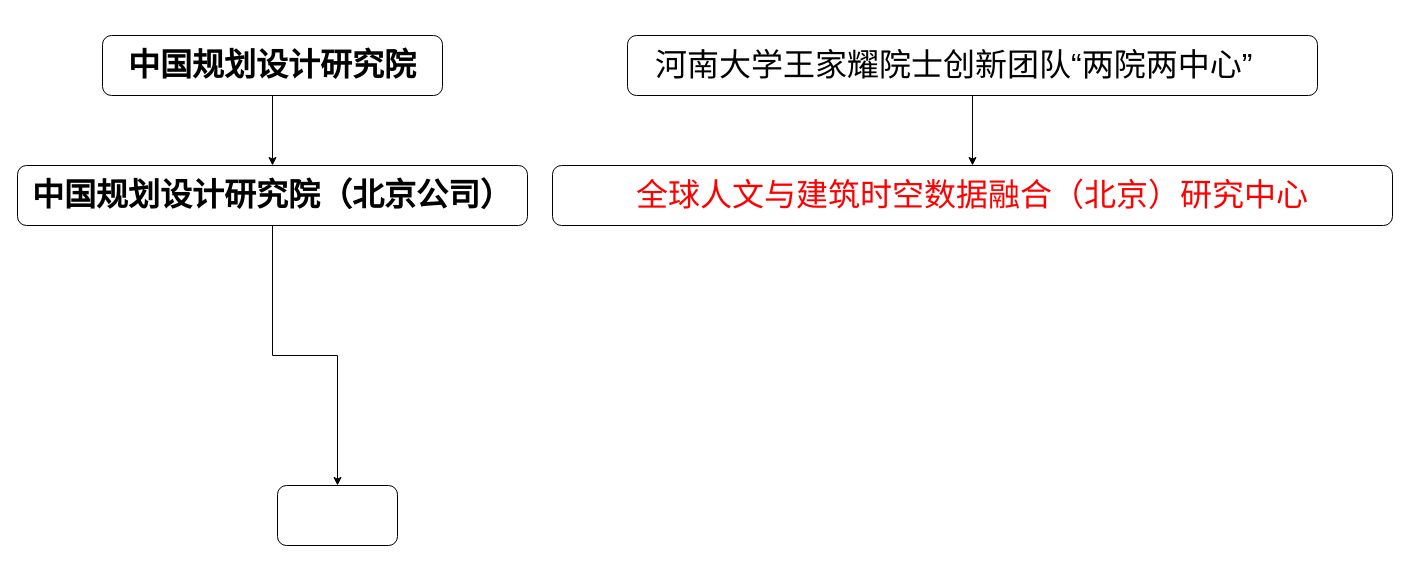
Above: 团队组织架构.drawio in gaochaowyq/MinderGraph (draw.io), before the change. Source tidied: cells renumbered, new cells numbered last; positions are measured from the earlier drawing's top-left corner, leaving out a move shared by most shapes. Both pictures are drawn from the tidied source at 100%, with x=0, y=0 at pixel (17, 35).
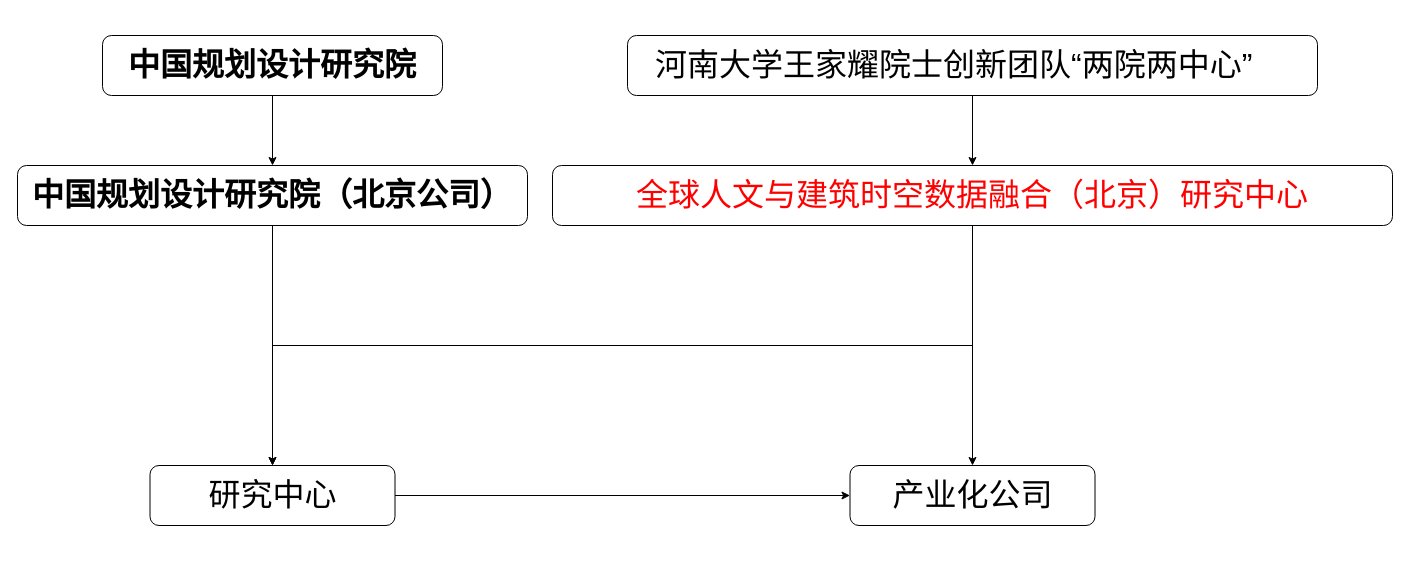
The same diagram, later.

Commit message (it also covers changes not shown here):
更新团队组织架构.drawio

What changed in the source:
```diff
@@
 <mxGraphModel>
   <root>
     <mxCell id="0" />
     <mxCell id="1" parent="0" />
     <mxCell id="2" style="edgeStyle=orthogonalEdgeStyle;rounded=0;jettySize=auto;html=1;" parent="1" edge="1" source="3" target="4">
       <mxGeometry relative="1" as="geometry" />
     </mxCell>
     <mxCell id="3" value="&lt;br/&gt;&lt;br/&gt;&lt;div style=&quot;language:zh-CN;margin-top:0pt;margin-bottom:0pt;&lt;br/&gt;margin-left:.38in;text-indent:-.38in&quot; class=&quot;O0&quot;&gt;&lt;span style=&quot;font-size:24.0pt&quot;&gt;&lt;/span&gt;&lt;span style=&quot;font-size:24.0pt;&lt;br/&gt;font-family:仿宋;mso-ascii-font-family:仿宋;mso-fareast-font-family:仿宋;language:&lt;br/&gt;zh-CN&quot;&gt;河南大学王家耀院士创新团队“两院两中心”&lt;/span&gt;&lt;/div&gt;&lt;br/&gt;&lt;br/&gt;" style="rounded=1;whiteSpace=wrap;html=1;" parent="1" vertex="1">
       <mxGeometry x="610" width="690" height="60" as="geometry" />
     </mxCell>
+    <mxCell id="10" style="edgeStyle=orthogonalEdgeStyle;rounded=0;jettySize=auto;html=1;exitX=0.5;exitY=1;exitDx=0;exitDy=0;" parent="1" edge="1" source="4" target="9">
+      <mxGeometry relative="1" as="geometry" />
+    </mxCell>
+    <mxCell id="11" style="edgeStyle=orthogonalEdgeStyle;rounded=0;jettySize=auto;html=1;" parent="1" edge="1" source="4" target="13">
+      <mxGeometry relative="1" as="geometry" />
+    </mxCell>
     <mxCell id="4" value="&lt;div&gt;&lt;font style=&quot;font-size: 32px;&quot;&gt;&lt;span style=&quot;color: red;&quot;&gt;全球人文与建筑时空数据融合（北京）研究中心&lt;/span&gt;&lt;/font&gt;&lt;/div&gt;" style="rounded=1;whiteSpace=wrap;html=1;" parent="1" vertex="1">
       <mxGeometry x="535" y="130" width="840" height="60" as="geometry" />
     </mxCell>
     <mxCell id="5" style="edgeStyle=orthogonalEdgeStyle;rounded=0;jettySize=auto;html=1;" parent="1" edge="1" source="6" target="8">
       <mxGeometry relative="1" as="geometry" />
     </mxCell>
     <mxCell id="6" value="&lt;font style=&quot;font-size: 32px;&quot;&gt;&lt;b&gt;中国规划设计研究院&lt;/b&gt;&lt;/font&gt;" style="rounded=1;whiteSpace=wrap;html=1;" parent="1" vertex="1">
       <mxGeometry x="85" width="340" height="60" as="geometry" />
     </mxCell>
     <mxCell id="7" style="edgeStyle=orthogonalEdgeStyle;rounded=0;jettySize=auto;html=1;" parent="1" edge="1" source="8" target="9">
       <mxGeometry relative="1" as="geometry" />
     </mxCell>
     <mxCell id="8" value="&lt;font style=&quot;font-size: 32px;&quot;&gt;&lt;b&gt;中国规划设计研究院（北京公司）&lt;/b&gt;&lt;/font&gt;" style="rounded=1;whiteSpace=wrap;html=1;" parent="1" vertex="1">
       <mxGeometry y="130" width="510" height="60" as="geometry" />
     </mxCell>
+    <mxCell id="12" style="edgeStyle=orthogonalEdgeStyle;rounded=0;jettySize=auto;html=1;" parent="1" edge="1" source="9" target="13">
+      <mxGeometry relative="1" as="geometry" />
+    </mxCell>
-    <mxCell id="9" style="rounded=1;whiteSpace=wrap;html=1;" parent="1" vertex="1">
-      <mxGeometry x="260" y="450" width="120" height="60" as="geometry" />
+    <mxCell id="9" value="&lt;font style=&quot;font-size: 32px;&quot;&gt;研究中心&lt;/font&gt;" style="rounded=1;whiteSpace=wrap;html=1;" parent="1" vertex="1">
+      <mxGeometry x="132.5" y="430" width="245" height="60" as="geometry" />
     </mxCell>
+    <mxCell id="13" value="&lt;font style=&quot;font-size: 32px;&quot;&gt;产业化公司&lt;/font&gt;" style="rounded=1;whiteSpace=wrap;html=1;" parent="1" vertex="1">
+      <mxGeometry x="832.5" y="430" width="245" height="60" as="geometry" />
+    </mxCell>
   </root>
 </mxGraphModel>
```
